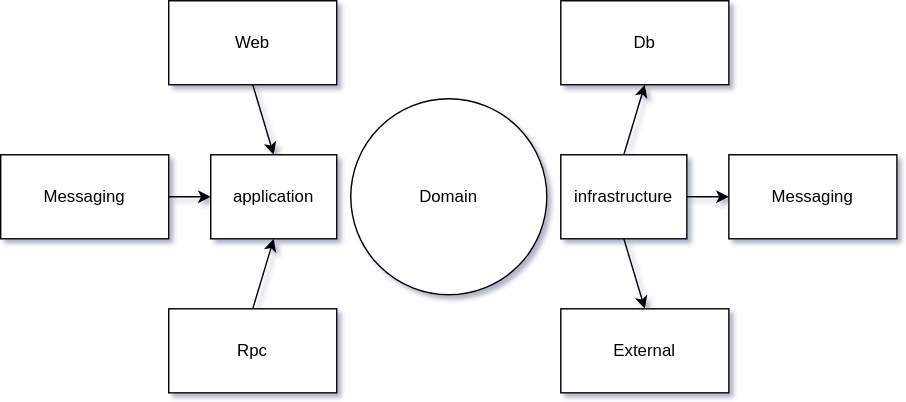
Before: assets/ddd.svg, a diagram exported from draw.io (holmofy/ddd-examples). Source tidied: cells renumbered, new cells last; positions are measured from the earlier drawing's top-left corner, leaving out a move shared by most shapes. Its diagram source:
```xml
<mxGraphModel>
  <root>
    <mxCell id="0" />
    <mxCell id="1" parent="0" />
    <mxCell id="2" style="edgeStyle=none;rounded=0;jettySize=auto;html=1;exitX=0.5;exitY=1;exitDx=0;exitDy=0;entryX=0.5;entryY=0;entryDx=0;entryDy=0;" parent="1" edge="1" source="3" target="15">
      <mxGeometry relative="1" as="geometry" />
    </mxCell>
    <mxCell id="3" value="Web" style="rounded=0;whiteSpace=wrap;html=1;" parent="1" vertex="1">
      <mxGeometry x="120" width="120" height="60" as="geometry" />
    </mxCell>
    <mxCell id="4" style="edgeStyle=none;rounded=0;jettySize=auto;html=1;exitX=1;exitY=0.5;exitDx=0;exitDy=0;entryX=0;entryY=0.5;entryDx=0;entryDy=0;" parent="1" edge="1" source="5" target="15">
      <mxGeometry relative="1" as="geometry" />
    </mxCell>
    <mxCell id="5" value="Messaging" style="rounded=0;whiteSpace=wrap;html=1;" parent="1" vertex="1">
      <mxGeometry y="110" width="120" height="60" as="geometry" />
    </mxCell>
    <mxCell id="6" style="edgeStyle=none;rounded=0;jettySize=auto;html=1;exitX=0.5;exitY=0;exitDx=0;exitDy=0;entryX=0.5;entryY=1;entryDx=0;entryDy=0;" parent="1" edge="1" source="7" target="15">
      <mxGeometry relative="1" as="geometry" />
    </mxCell>
    <mxCell id="7" value="Rpc" style="rounded=0;whiteSpace=wrap;html=1;" parent="1" vertex="1">
      <mxGeometry x="120" y="220" width="120" height="60" as="geometry" />
    </mxCell>
    <mxCell id="8" value="&lt;span&gt;Db&lt;/span&gt;" style="rounded=0;whiteSpace=wrap;html=1;" parent="1" vertex="1">
      <mxGeometry x="400" width="120" height="60" as="geometry" />
    </mxCell>
    <mxCell id="9" value="&lt;span&gt;Messaging&lt;/span&gt;" style="rounded=0;whiteSpace=wrap;html=1;" parent="1" vertex="1">
      <mxGeometry x="520" y="110" width="120" height="60" as="geometry" />
    </mxCell>
    <mxCell id="10" value="External" style="rounded=0;whiteSpace=wrap;html=1;" parent="1" vertex="1">
      <mxGeometry x="400" y="220" width="120" height="60" as="geometry" />
    </mxCell>
    <mxCell id="11" style="edgeStyle=none;rounded=0;jettySize=auto;html=1;exitX=0.5;exitY=0;exitDx=0;exitDy=0;entryX=0.5;entryY=1;entryDx=0;entryDy=0;" parent="1" edge="1" source="14" target="8">
      <mxGeometry relative="1" as="geometry" />
    </mxCell>
    <mxCell id="12" style="edgeStyle=none;rounded=0;jettySize=auto;html=1;exitX=1;exitY=0.5;exitDx=0;exitDy=0;" parent="1" edge="1" source="14" target="9">
      <mxGeometry relative="1" as="geometry" />
    </mxCell>
    <mxCell id="13" style="edgeStyle=none;rounded=0;jettySize=auto;html=1;exitX=0.5;exitY=1;exitDx=0;exitDy=0;entryX=0.5;entryY=0;entryDx=0;entryDy=0;" parent="1" edge="1" source="14" target="10">
      <mxGeometry relative="1" as="geometry" />
    </mxCell>
    <mxCell id="14" value="infrastructure" style="rounded=0;whiteSpace=wrap;html=1;" parent="1" vertex="1">
      <mxGeometry x="400" y="110" width="90" height="60" as="geometry" />
    </mxCell>
    <mxCell id="15" value="application" style="rounded=0;whiteSpace=wrap;html=1;" parent="1" vertex="1">
      <mxGeometry x="150" y="110" width="90" height="60" as="geometry" />
    </mxCell>
    <mxCell id="16" value="Domain" style="ellipse;whiteSpace=wrap;html=1;" parent="1" vertex="1">
      <mxGeometry x="250" y="70" width="140" height="140" as="geometry" />
    </mxCell>
  </root>
</mxGraphModel>
```
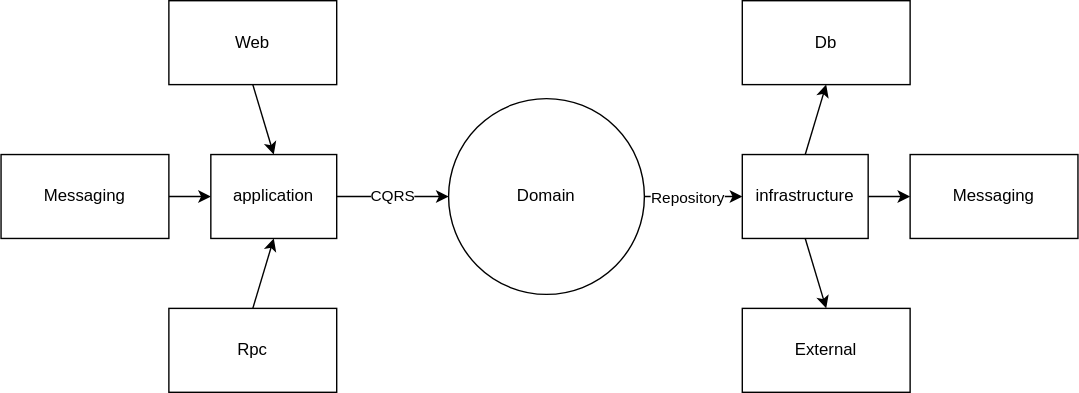
The same diagram one commit later.

The edit, as a diff of the source:
```diff
@@ -21,13 +21,13 @@
       <mxGeometry x="120" y="220" width="120" height="60" as="geometry" />
     </mxCell>
     <mxCell id="8" value="&lt;span&gt;Db&lt;/span&gt;" style="rounded=0;whiteSpace=wrap;html=1;" parent="1" vertex="1">
-      <mxGeometry x="400" width="120" height="60" as="geometry" />
+      <mxGeometry x="530" width="120" height="60" as="geometry" />
     </mxCell>
     <mxCell id="9" value="&lt;span&gt;Messaging&lt;/span&gt;" style="rounded=0;whiteSpace=wrap;html=1;" parent="1" vertex="1">
-      <mxGeometry x="520" y="110" width="120" height="60" as="geometry" />
+      <mxGeometry x="650" y="110" width="120" height="60" as="geometry" />
     </mxCell>
     <mxCell id="10" value="External" style="rounded=0;whiteSpace=wrap;html=1;" parent="1" vertex="1">
-      <mxGeometry x="400" y="220" width="120" height="60" as="geometry" />
+      <mxGeometry x="530" y="220" width="120" height="60" as="geometry" />
     </mxCell>
     <mxCell id="11" style="edgeStyle=none;rounded=0;jettySize=auto;html=1;exitX=0.5;exitY=0;exitDx=0;exitDy=0;entryX=0.5;entryY=1;entryDx=0;entryDy=0;" parent="1" edge="1" source="14" target="8">
       <mxGeometry relative="1" as="geometry" />
@@ -39,13 +39,24 @@
       <mxGeometry relative="1" as="geometry" />
     </mxCell>
     <mxCell id="14" value="infrastructure" style="rounded=0;whiteSpace=wrap;html=1;" parent="1" vertex="1">
-      <mxGeometry x="400" y="110" width="90" height="60" as="geometry" />
+      <mxGeometry x="530" y="110" width="90" height="60" as="geometry" />
     </mxCell>
+    <mxCell id="17" value="CQRS" style="edgeStyle=orthogonalEdgeStyle;rounded=0;jettySize=auto;html=1;" parent="1" edge="1" source="15" target="16">
+      <mxGeometry relative="1" as="geometry" />
+    </mxCell>
     <mxCell id="15" value="application" style="rounded=0;whiteSpace=wrap;html=1;" parent="1" vertex="1">
       <mxGeometry x="150" y="110" width="90" height="60" as="geometry" />
     </mxCell>
+    <mxCell id="18" style="edgeStyle=orthogonalEdgeStyle;rounded=0;jettySize=auto;html=1;entryX=0;entryY=0.5;entryDx=0;entryDy=0;" parent="1" edge="1" source="16" target="14">
+      <mxGeometry relative="1" as="geometry" />
+    </mxCell>
+    <mxCell id="19" value="Repository" style="edgeLabel;html=1;align=center;verticalAlign=middle;" parent="18" vertex="1">
+      <mxGeometry x="0.37" relative="1" as="geometry">
+        <mxPoint x="-18" as="offset" />
+      </mxGeometry>
+    </mxCell>
     <mxCell id="16" value="Domain" style="ellipse;whiteSpace=wrap;html=1;" parent="1" vertex="1">
-      <mxGeometry x="250" y="70" width="140" height="140" as="geometry" />
+      <mxGeometry x="320" y="70" width="140" height="140" as="geometry" />
     </mxCell>
   </root>
 </mxGraphModel>
```
